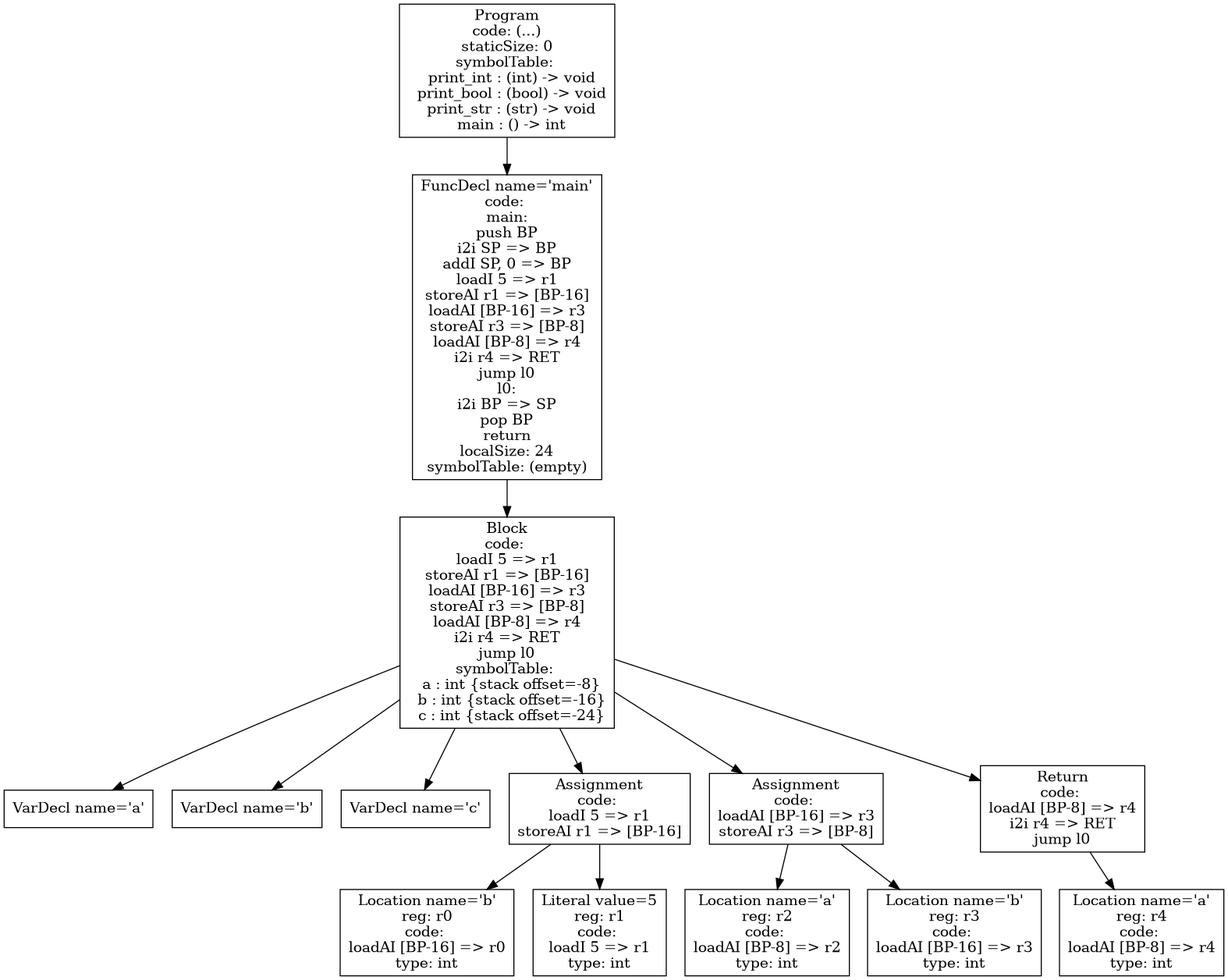
Above: p4-codegen/iloc-tree.png in atrim11/CS432 (Graphviz), before the change. Its source is kept beside it as p4-codegen/iloc-tree.dot.
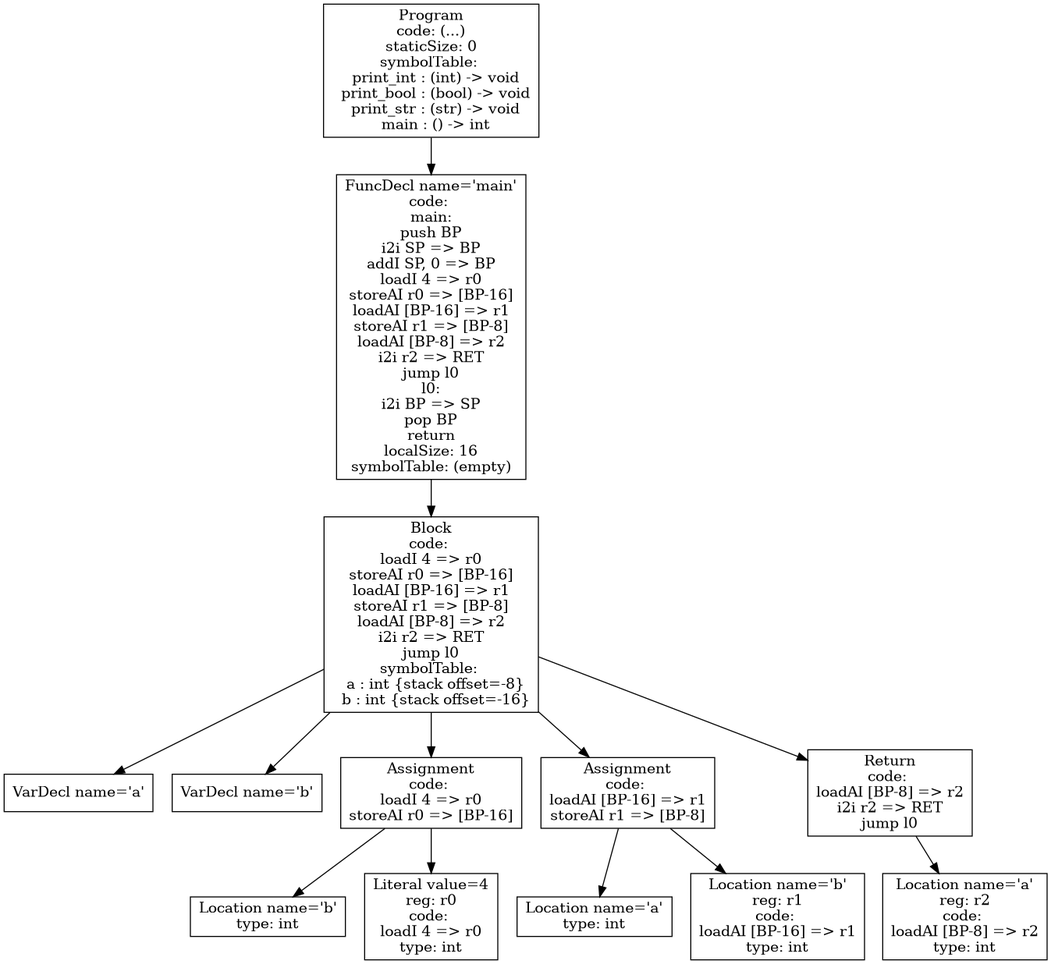
Later version of the same file.

Change to the diagram source:
```diff
@@ -1,28 +1,26 @@
 digraph AST {
 3 [shape=box, label="VarDecl name='a'"];
 4 [shape=box, label="VarDecl name='b'"];
-5 [shape=box, label="VarDecl name='c'"];
-7 [shape=box, label="Location name='b'\nreg: r0\ncode: \nloadAI [BP-16] => r0\ntype: int"];
-8 [shape=box, label="Literal value=5\nreg: r1\ncode: \nloadI 5 => r1\ntype: int"];
-6 [shape=box, label="Assignment\ncode: \nloadI 5 => r1\nstoreAI r1 => [BP-16]"];
-6 -> 7;
-6 -> 8;
-10 [shape=box, label="Location name='a'\nreg: r2\ncode: \nloadAI [BP-8] => r2\ntype: int"];
-11 [shape=box, label="Location name='b'\nreg: r3\ncode: \nloadAI [BP-16] => r3\ntype: int"];
-9 [shape=box, label="Assignment\ncode: \nloadAI [BP-16] => r3\nstoreAI r3 => [BP-8]"];
-9 -> 10;
-9 -> 11;
-13 [shape=box, label="Location name='a'\nreg: r4\ncode: \nloadAI [BP-8] => r4\ntype: int"];
-12 [shape=box, label="Return\ncode: \nloadAI [BP-8] => r4\ni2i r4 => RET\njump l0"];
-12 -> 13;
-2 [shape=box, label="Block\ncode: \nloadI 5 => r1\nstoreAI r1 => [BP-16]\nloadAI [BP-16] => r3\nstoreAI r3 => [BP-8]\nloadAI [BP-8] => r4\ni2i r4 => RET\njump l0\nsymbolTable: \n  a : int {stack offset=-8}\n  b : int {stack offset=-16}\n  c : int {stack offset=-24}"];
+6 [shape=box, label="Location name='b'\ntype: int"];
+7 [shape=box, label="Literal value=4\nreg: r0\ncode: \nloadI 4 => r0\ntype: int"];
+5 [shape=box, label="Assignment\ncode: \nloadI 4 => r0\nstoreAI r0 => [BP-16]"];
+5 -> 6;
+5 -> 7;
+9 [shape=box, label="Location name='a'\ntype: int"];
+10 [shape=box, label="Location name='b'\nreg: r1\ncode: \nloadAI [BP-16] => r1\ntype: int"];
+8 [shape=box, label="Assignment\ncode: \nloadAI [BP-16] => r1\nstoreAI r1 => [BP-8]"];
+8 -> 9;
+8 -> 10;
+12 [shape=box, label="Location name='a'\nreg: r2\ncode: \nloadAI [BP-8] => r2\ntype: int"];
+11 [shape=box, label="Return\ncode: \nloadAI [BP-8] => r2\ni2i r2 => RET\njump l0"];
+11 -> 12;
+2 [shape=box, label="Block\ncode: \nloadI 4 => r0\nstoreAI r0 => [BP-16]\nloadAI [BP-16] => r1\nstoreAI r1 => [BP-8]\nloadAI [BP-8] => r2\ni2i r2 => RET\njump l0\nsymbolTable: \n  a : int {stack offset=-8}\n  b : int {stack offset=-16}"];
 2 -> 3;
 2 -> 4;
 2 -> 5;
-2 -> 6;
-2 -> 9;
-2 -> 12;
-1 [shape=box, label="FuncDecl name='main'\ncode: \nmain:\npush BP\ni2i SP => BP\naddI SP, 0 => BP\nloadI 5 => r1\nstoreAI r1 => [BP-16]\nloadAI [BP-16] => r3\nstoreAI r3 => [BP-8]\nloadAI [BP-8] => r4\ni2i r4 => RET\njump l0\nl0:\ni2i BP => SP\npop BP\nreturn\nlocalSize: 24\nsymbolTable: (empty)"];
+2 -> 8;
+2 -> 11;
+1 [shape=box, label="FuncDecl name='main'\ncode: \nmain:\npush BP\ni2i SP => BP\naddI SP, 0 => BP\nloadI 4 => r0\nstoreAI r0 => [BP-16]\nloadAI [BP-16] => r1\nstoreAI r1 => [BP-8]\nloadAI [BP-8] => r2\ni2i r2 => RET\njump l0\nl0:\ni2i BP => SP\npop BP\nreturn\nlocalSize: 16\nsymbolTable: (empty)"];
 1 -> 2;
 0 [shape=box, label="Program\ncode: (...)\nstaticSize: 0\nsymbolTable: \n  print_int : (int) -> void\n  print_bool : (bool) -> void\n  print_str : (str) -> void\n  main : () -> int"];
 0 -> 1;
```
